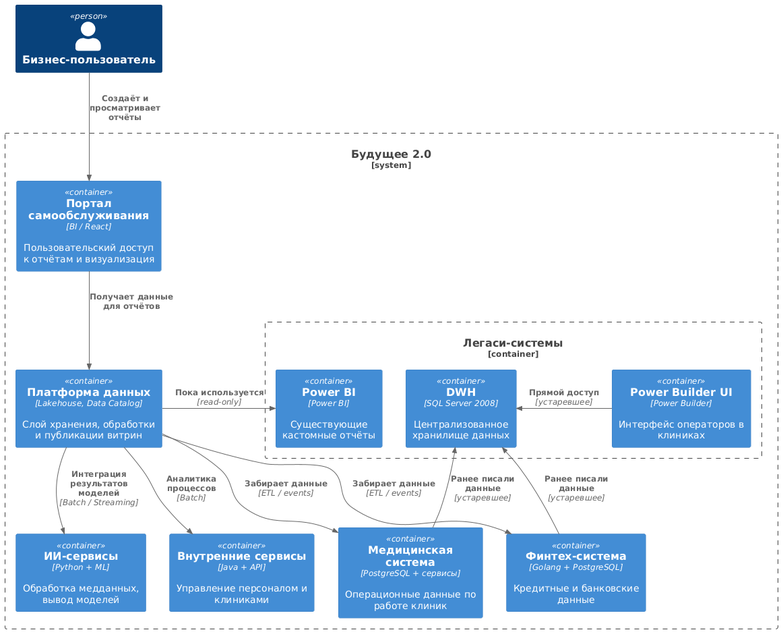
RusselSand/architecture-future_2_0 keeps this PlantUML diagram as Task1/container.png. Above is the earlier version. Source of this version:
```plantuml
@startuml
!includeurl https://raw.githubusercontent.com/plantuml-stdlib/C4-PlantUML/master/C4_Container.puml

Person(biUser, "Бизнес-пользователь")

System_Boundary(future20, "Будущее 2.0") {

  Container(dataPortal, "Портал самообслуживания", "BI / React", "Пользовательский доступ к отчётам и визуализация")
  Container(dataPlatform, "Платформа данных", "Lakehouse, Data Catalog", "Слой хранения, обработки и публикации витрин")

  Container(clinicSystem, "Медицинская система", "PostgreSQL + сервисы", "Операционные данные по работе клиник")
  Container(fintechSystem, "Финтех-система", "Golang + PostgreSQL", "Кредитные и банковские данные")
  Container(aiSystem, "ИИ-сервисы", "Python + ML", "Обработка медданных, вывод моделей")
  Container(opsSystem, "Внутренние сервисы", "Java + API", "Управление персоналом и клиниками")

  Container_Boundary(legacy, "Легаси-системы") {
    Container(legacyDWH, "DWH", "SQL Server 2008", "Централизованное хранилище данных")
    Container(legacyBI, "Power BI", "Power BI", "Существующие кастомные отчёты")
    Container(powerBuilder, "Power Builder UI", "Power Builder", "Интерфейс операторов в клиниках")
  }

}

Rel(biUser, dataPortal, "Создаёт и просматривает отчёты")
Rel(dataPortal, dataPlatform, "Получает данные для отчётов")
Rel(dataPlatform, clinicSystem, "Забирает данные", "ETL / events")
Rel(dataPlatform, fintechSystem, "Забирает данные", "ETL / events")
Rel(dataPlatform, aiSystem, "Интеграция результатов моделей", "Batch / Streaming")
Rel(dataPlatform, opsSystem, "Аналитика процессов", "Batch")

Rel_L(clinicSystem, legacyDWH, "Ранее писали данные", "устаревшее")
Rel_L(fintechSystem, legacyDWH, "Ранее писали данные", "устаревшее")
Rel_L(dataPlatform, legacyBI, "Пока используется", "read-only")
Rel_L(powerBuilder, legacyDWH, "Прямой доступ", "устаревшее")
@enduml
```
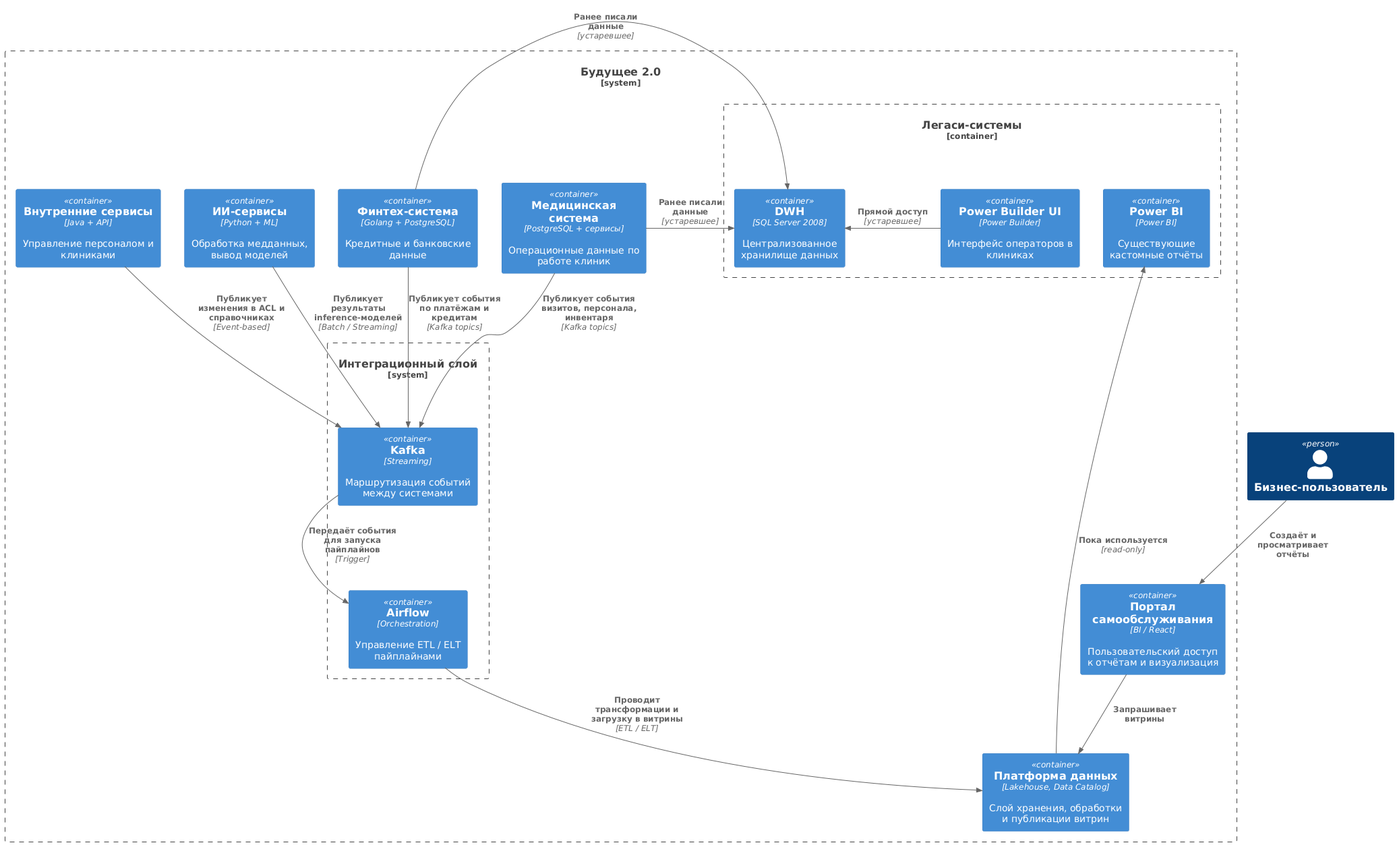
After the change.

Commit message:
added integration layer

The edit, as a diff of the source:
```diff
@@ -6,8 +6,12 @@
 System_Boundary(future20, "Будущее 2.0") {
 
   Container(dataPortal, "Портал самообслуживания", "BI / React", "Пользовательский доступ к отчётам и визуализация")
+
   Container(dataPlatform, "Платформа данных", "Lakehouse, Data Catalog", "Слой хранения, обработки и публикации витрин")
-
+System_Boundary(integration, "Интеграционный слой") {
+  Container(kafka, "Kafka", "Streaming", "Маршрутизация событий между системами")
+  Container(airflow, "Airflow", "Orchestration", "Управление ETL / ELT пайплайнами")
+}
   Container(clinicSystem, "Медицинская система", "PostgreSQL + сервисы", "Операционные данные по работе клиник")
   Container(fintechSystem, "Финтех-система", "Golang + PostgreSQL", "Кредитные и банковские данные")
   Container(aiSystem, "ИИ-сервисы", "Python + ML", "Обработка медданных, вывод моделей")
@@ -22,14 +26,19 @@
 }
 
 Rel(biUser, dataPortal, "Создаёт и просматривает отчёты")
-Rel(dataPortal, dataPlatform, "Получает данные для отчётов")
-Rel(dataPlatform, clinicSystem, "Забирает данные", "ETL / events")
-Rel(dataPlatform, fintechSystem, "Забирает данные", "ETL / events")
-Rel(dataPlatform, aiSystem, "Интеграция результатов моделей", "Batch / Streaming")
-Rel(dataPlatform, opsSystem, "Аналитика процессов", "Batch")
+Rel(dataPortal, dataPlatform, "Запрашивает витрины")
 
+Rel(clinicSystem, kafka, "Публикует события визитов, персонала, инвентаря", "Kafka topics")
+Rel(fintechSystem, kafka, "Публикует события по платёжам и кредитам", "Kafka topics")
+Rel(aiSystem, kafka, "Публикует результаты inference-моделей", "Batch / Streaming")
+Rel(opsSystem, kafka, "Публикует изменения в ACL и справочниках", "Event-based")
+
+Rel(kafka, airflow, "Передаёт события для запуска пайплайнов", "Trigger")
+Rel(airflow, dataPlatform, "Проводит трансформации и загрузку в витрины", "ETL / ELT")
+
+
+Rel_L(dataPlatform, legacyBI, "Пока используется", "read-only")
 Rel_L(clinicSystem, legacyDWH, "Ранее писали данные", "устаревшее")
 Rel_L(fintechSystem, legacyDWH, "Ранее писали данные", "устаревшее")
-Rel_L(dataPlatform, legacyBI, "Пока используется", "read-only")
 Rel_L(powerBuilder, legacyDWH, "Прямой доступ", "устаревшее")
 @enduml
```
